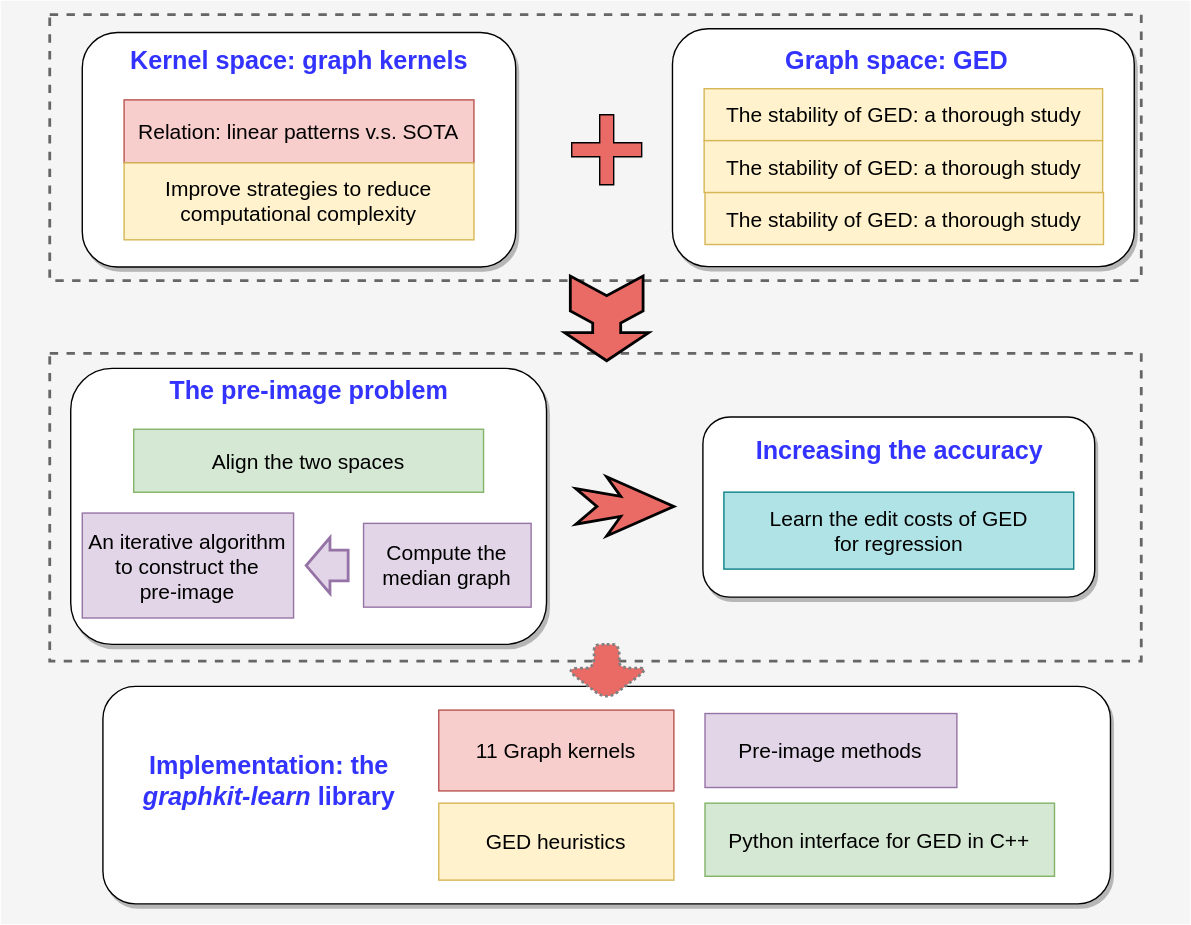
The draw.io diagram conclusion.svg in jajupmochi/phd_thesis, before a commit. Source tidied: cells renumbered, new cells last; positions are measured from the earlier drawing's top-left corner, leaving out a move shared by most shapes.
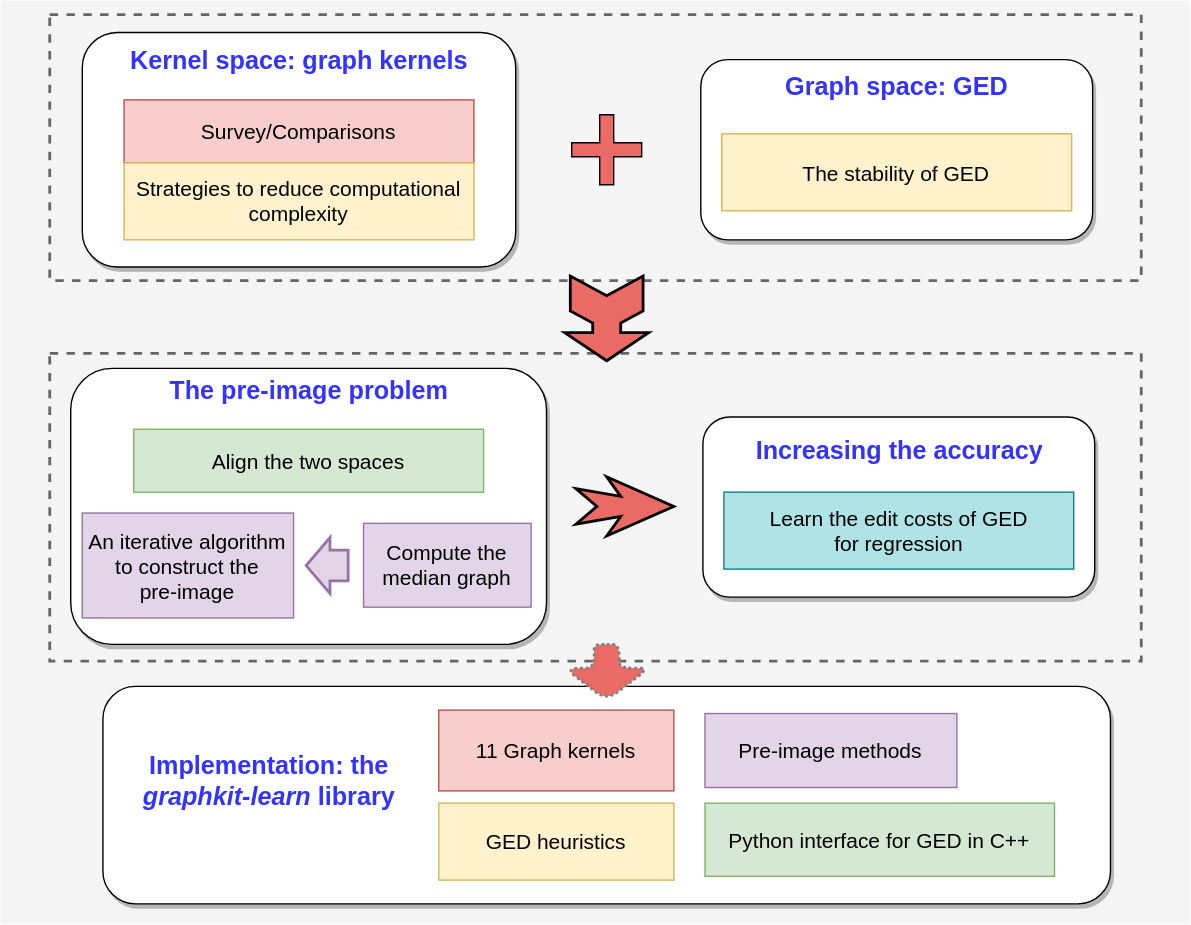
After the commit.

Diff of the diagram source:
```diff
@@ -14,20 +14,20 @@
     <mxCell id="5" value="&lt;h1 style=&quot;font-size: 18px&quot;&gt;Kernel space: graph kernels&lt;br&gt;&lt;/h1&gt;" style="text;html=1;strokeColor=none;fillColor=none;spacing=5;spacingTop=-20;whiteSpace=wrap;overflow=hidden;rounded=0;shadow=1;glass=0;dashed=1;sketch=0;align=center;verticalAlign=middle;fontColor=#3333FF;" parent="1" vertex="1">
       <mxGeometry x="61.9" y="18.1" width="302.5" height="70" as="geometry" />
     </mxCell>
-    <mxCell id="6" value="&lt;font style=&quot;font-size: 15px&quot;&gt;Relation: linear patterns v.s. SOTA&lt;br&gt;&lt;/font&gt;" style="text;html=1;align=center;verticalAlign=middle;whiteSpace=wrap;rounded=0;shadow=0;glass=0;sketch=0;fillColor=#f8cecc;strokeColor=#b85450;" parent="1" vertex="1">
+    <mxCell id="6" value="&lt;font style=&quot;font-size: 15px&quot;&gt;Survey/Comparisons&lt;/font&gt;" style="text;html=1;align=center;verticalAlign=middle;whiteSpace=wrap;rounded=0;shadow=0;glass=0;sketch=0;fillColor=#f8cecc;strokeColor=#b85450;" parent="1" vertex="1">
       <mxGeometry x="88.1" y="70.9" width="250" height="45" as="geometry" />
     </mxCell>
-    <mxCell id="7" value="&lt;div&gt;&lt;font style=&quot;font-size: 15px&quot;&gt;Improve strategies to reduce&lt;/font&gt;&lt;/div&gt;&lt;div&gt;&lt;font style=&quot;font-size: 15px&quot;&gt;computational &lt;/font&gt;&lt;font style=&quot;font-size: 15px&quot;&gt;complexity&lt;/font&gt;&lt;/div&gt;" style="text;html=1;align=center;verticalAlign=middle;whiteSpace=wrap;rounded=0;shadow=0;glass=0;sketch=0;fillColor=#fff2cc;strokeColor=#d6b656;" parent="1" vertex="1">
+    <mxCell id="7" value="&lt;div&gt;&lt;font style=&quot;font-size: 15px&quot;&gt;Strategies to reduce computational&lt;/font&gt;&lt;/div&gt;&lt;div&gt;&lt;font style=&quot;font-size: 15px&quot;&gt; complexity&lt;/font&gt;&lt;/div&gt;" style="text;html=1;align=center;verticalAlign=middle;whiteSpace=wrap;rounded=0;shadow=0;glass=0;sketch=0;fillColor=#fff2cc;strokeColor=#d6b656;" parent="1" vertex="1">
       <mxGeometry x="88.1" y="115.9" width="250" height="55" as="geometry" />
     </mxCell>
     <mxCell id="8" style="rounded=1;whiteSpace=wrap;html=1;shadow=1;glass=0;sketch=0;strokeColor=#000000;fillColor=#ffffff;align=left;" parent="1" vertex="1">
-      <mxGeometry x="480" y="20" width="330" height="170" as="geometry" />
+      <mxGeometry x="500.2" y="42.1" width="280" height="128.8" as="geometry" />
     </mxCell>
     <mxCell id="9" value="&lt;h1 style=&quot;font-size: 18px&quot;&gt;Graph space: GED&lt;br&gt;&lt;/h1&gt;" style="text;html=1;strokeColor=none;fillColor=none;spacing=5;spacingTop=-20;whiteSpace=wrap;overflow=hidden;rounded=0;shadow=1;glass=0;dashed=1;sketch=0;align=center;verticalAlign=middle;fontColor=#3333FF;" parent="1" vertex="1">
-      <mxGeometry x="489" y="18.1" width="302.5" height="70" as="geometry" />
+      <mxGeometry x="489" y="37.2" width="302.5" height="70" as="geometry" />
     </mxCell>
-    <mxCell id="10" value="&lt;div&gt;&lt;font style=&quot;font-size: 15px&quot;&gt;The stability of GED: a thorough study&lt;/font&gt;&lt;/div&gt;" style="text;html=1;align=center;verticalAlign=middle;whiteSpace=wrap;rounded=0;shadow=0;glass=0;sketch=0;fillColor=#fff2cc;strokeColor=#d6b656;" parent="1" vertex="1">
-      <mxGeometry x="502.6" y="62.9" width="284.8" height="37.1" as="geometry" />
+    <mxCell id="10" value="&lt;font style=&quot;font-size: 15px&quot;&gt;The stability of GED&lt;/font&gt;" style="text;html=1;align=center;verticalAlign=middle;whiteSpace=wrap;rounded=0;shadow=0;glass=0;sketch=0;fillColor=#fff2cc;strokeColor=#d6b656;" parent="1" vertex="1">
+      <mxGeometry x="515.2" y="95.1" width="250" height="55" as="geometry" />
     </mxCell>
     <mxCell id="11" style="shape=cross;whiteSpace=wrap;html=1;rounded=1;shadow=0;glass=0;sketch=0;fontColor=#3333FF;strokeColor=#000000;fillColor=#EA6B66;align=center;verticalAlign=middle;" parent="1" vertex="1">
       <mxGeometry x="408" y="81.5" width="50" height="50" as="geometry" />
@@ -89,11 +89,5 @@
     <mxCell id="30" style="shape=singleArrow;direction=south;whiteSpace=wrap;html=1;rounded=1;shadow=0;glass=0;sketch=0;fontColor=#3333FF;fillColor=#EA6B66;align=center;verticalAlign=middle;arrowWidth=0.3;arrowSize=0.575;dashed=1;strokeWidth=2;strokeColor=#808080;dashPattern=1 1;" parent="1" vertex="1">
       <mxGeometry x="403" y="460" width="60" height="40" as="geometry" />
     </mxCell>
-    <mxCell id="31" value="&lt;div&gt;&lt;font style=&quot;font-size: 15px&quot;&gt;The stability of GED: a thorough study&lt;/font&gt;&lt;/div&gt;" style="text;html=1;align=center;verticalAlign=middle;whiteSpace=wrap;rounded=0;shadow=0;glass=0;sketch=0;fillColor=#fff2cc;strokeColor=#d6b656;" parent="1" vertex="1">
-      <mxGeometry x="502.6" y="100" width="284.8" height="37.1" as="geometry" />
-    </mxCell>
-    <mxCell id="32" value="&lt;div&gt;&lt;font style=&quot;font-size: 15px&quot;&gt;The stability of GED: a thorough study&lt;/font&gt;&lt;/div&gt;" style="text;html=1;align=center;verticalAlign=middle;whiteSpace=wrap;rounded=0;shadow=0;glass=0;sketch=0;fillColor=#fff2cc;strokeColor=#d6b656;" parent="1" vertex="1">
-      <mxGeometry x="503.2" y="137.1" width="284.8" height="37.1" as="geometry" />
-    </mxCell>
   </root>
 </mxGraphModel>
```
